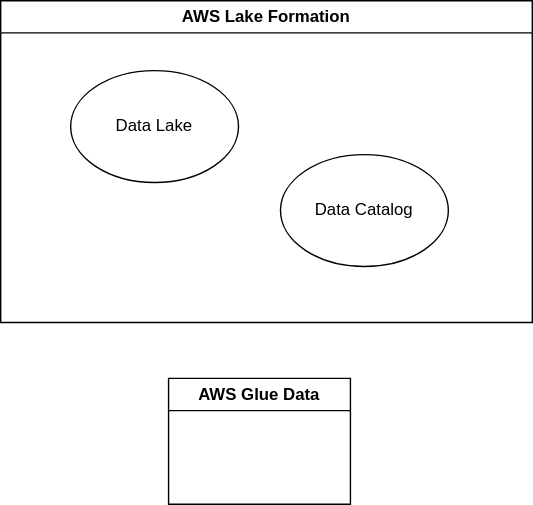
Before: aws/DEA/3.aws-analytic/aws-lake-formation.drawio.svg, a diagram exported from draw.io (hoangnpdev/engineering-notes). Source tidied: cells renumbered, new cells last; positions are measured from the earlier drawing's top-left corner, leaving out a move shared by most shapes. Source of this version:
```xml
<mxGraphModel background="#ffffff">
  <root>
    <mxCell id="0" />
    <mxCell id="1" parent="0" />
    <mxCell id="2" value="AWS Lake Formation" style="swimlane;whiteSpace=wrap;html=1;" parent="1" vertex="1">
      <mxGeometry width="380" height="230" as="geometry" />
    </mxCell>
    <mxCell id="3" value="Data Catalog" style="ellipse;whiteSpace=wrap;html=1;" parent="2" vertex="1">
      <mxGeometry x="200" y="110" width="120" height="80" as="geometry" />
    </mxCell>
    <mxCell id="4" value="Data Lake" style="ellipse;whiteSpace=wrap;html=1;" parent="2" vertex="1">
      <mxGeometry x="50" y="50" width="120" height="80" as="geometry" />
    </mxCell>
    <mxCell id="5" value="AWS Glue Data" style="swimlane;whiteSpace=wrap;html=1;" parent="1" vertex="1">
      <mxGeometry x="120" y="270" width="130" height="90" as="geometry" />
    </mxCell>
  </root>
</mxGraphModel>
```
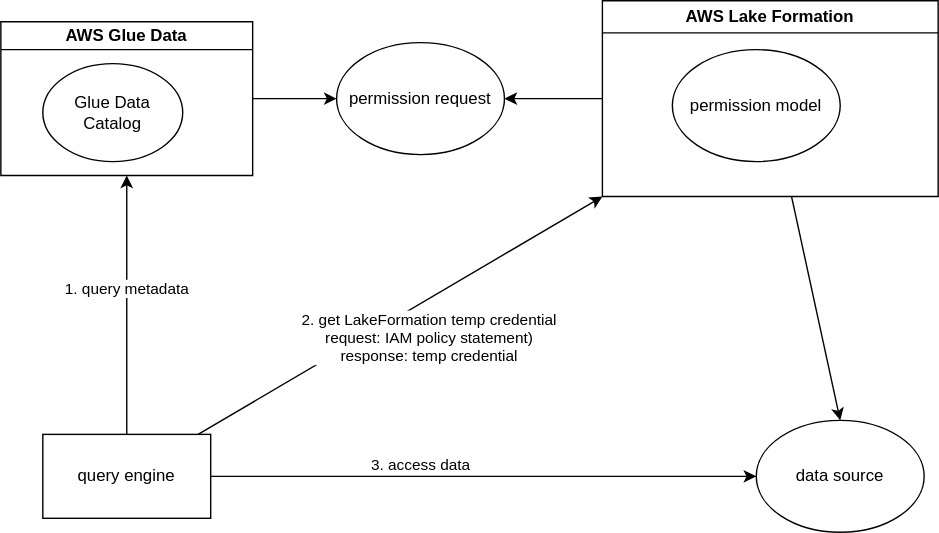
After the commit.

Commit message:
update aws glue databrew and lake formation

Change to the diagram source:
```diff
@@ -2,17 +2,57 @@
   <root>
     <mxCell id="0" />
     <mxCell id="1" parent="0" />
+    <mxCell id="6" style="edgeStyle=none;html=1;entryX=1;entryY=0.5;entryDx=0;entryDy=0;" parent="1" edge="1" source="2" target="18">
+      <mxGeometry relative="1" as="geometry" />
+    </mxCell>
+    <mxCell id="7" style="edgeStyle=none;html=1;entryX=0.5;entryY=0;entryDx=0;entryDy=0;" parent="1" edge="1" source="2" target="17">
+      <mxGeometry relative="1" as="geometry" />
+    </mxCell>
     <mxCell id="2" value="AWS Lake Formation" style="swimlane;whiteSpace=wrap;html=1;" parent="1" vertex="1">
-      <mxGeometry width="380" height="230" as="geometry" />
+      <mxGeometry x="230" y="-50" width="240" height="140" as="geometry" />
     </mxCell>
+    <mxCell id="8" value="permission model" style="ellipse;whiteSpace=wrap;html=1;" parent="2" vertex="1">
+      <mxGeometry x="50" y="35" width="120" height="80" as="geometry" />
+    </mxCell>
+    <mxCell id="9" style="edgeStyle=none;html=1;entryX=0;entryY=0.5;entryDx=0;entryDy=0;" parent="1" edge="1" source="5" target="18">
+      <mxGeometry relative="1" as="geometry" />
+    </mxCell>
+    <mxCell id="5" value="AWS Glue Data" style="swimlane;whiteSpace=wrap;html=1;startSize=20;" parent="1" vertex="1">
+      <mxGeometry x="-200" y="-35" width="180" height="110" as="geometry" />
+    </mxCell>
-    <mxCell id="3" value="Data Catalog" style="ellipse;whiteSpace=wrap;html=1;" parent="2" vertex="1">
-      <mxGeometry x="200" y="110" width="120" height="80" as="geometry" />
+    <mxCell id="3" value="Glue Data Catalog" style="ellipse;whiteSpace=wrap;html=1;" parent="5" vertex="1">
+      <mxGeometry x="30" y="30" width="100" height="70" as="geometry" />
     </mxCell>
-    <mxCell id="4" value="Data Lake" style="ellipse;whiteSpace=wrap;html=1;" parent="2" vertex="1">
-      <mxGeometry x="50" y="50" width="120" height="80" as="geometry" />
-    </mxCell>
-    <mxCell id="5" value="AWS Glue Data" style="swimlane;whiteSpace=wrap;html=1;" parent="1" vertex="1">
-      <mxGeometry x="120" y="270" width="130" height="90" as="geometry" />
-    </mxCell>
+    <mxCell id="10" style="edgeStyle=none;html=1;entryX=0;entryY=1;entryDx=0;entryDy=0;" parent="1" edge="1" source="16" target="2">
+      <mxGeometry relative="1" as="geometry" />
+    </mxCell>
+    <mxCell id="11" value="2. get LakeFormation temp credential&lt;div&gt;request: IAM policy statement)&lt;/div&gt;&lt;div&gt;response: temp credential&lt;/div&gt;" style="edgeLabel;html=1;align=center;verticalAlign=middle;" parent="10" vertex="1">
+      <mxGeometry x="-0.15" y="2" relative="1" as="geometry">
+        <mxPoint x="43" y="4" as="offset" />
+      </mxGeometry>
+    </mxCell>
+    <mxCell id="12" style="edgeStyle=none;html=1;" parent="1" edge="1" source="16" target="17">
+      <mxGeometry relative="1" as="geometry" />
+    </mxCell>
+    <mxCell id="13" value="3. access data" style="edgeLabel;html=1;align=center;verticalAlign=middle;" parent="12" vertex="1">
+      <mxGeometry x="-0.34" y="2" relative="1" as="geometry">
+        <mxPoint x="21" y="-7" as="offset" />
+      </mxGeometry>
+    </mxCell>
+    <mxCell id="14" style="edgeStyle=none;html=1;entryX=0.5;entryY=1;entryDx=0;entryDy=0;" parent="1" edge="1" source="16" target="5">
+      <mxGeometry relative="1" as="geometry" />
+    </mxCell>
+    <mxCell id="15" value="1. query metadata" style="edgeLabel;html=1;align=center;verticalAlign=middle;" parent="14" vertex="1">
+      <mxGeometry x="0.13" y="1" relative="1" as="geometry" />
+    </mxCell>
+    <mxCell id="16" value="query engine" style="rounded=0;whiteSpace=wrap;html=1;" parent="1" vertex="1">
+      <mxGeometry x="-170" y="260" width="120" height="60" as="geometry" />
+    </mxCell>
+    <mxCell id="17" value="data source" style="ellipse;whiteSpace=wrap;html=1;" parent="1" vertex="1">
+      <mxGeometry x="340" y="250" width="120" height="80" as="geometry" />
+    </mxCell>
+    <mxCell id="18" value="permission request" style="ellipse;whiteSpace=wrap;html=1;" parent="1" vertex="1">
+      <mxGeometry x="40" y="-20" width="120" height="80" as="geometry" />
+    </mxCell>
   </root>
 </mxGraphModel>
```
